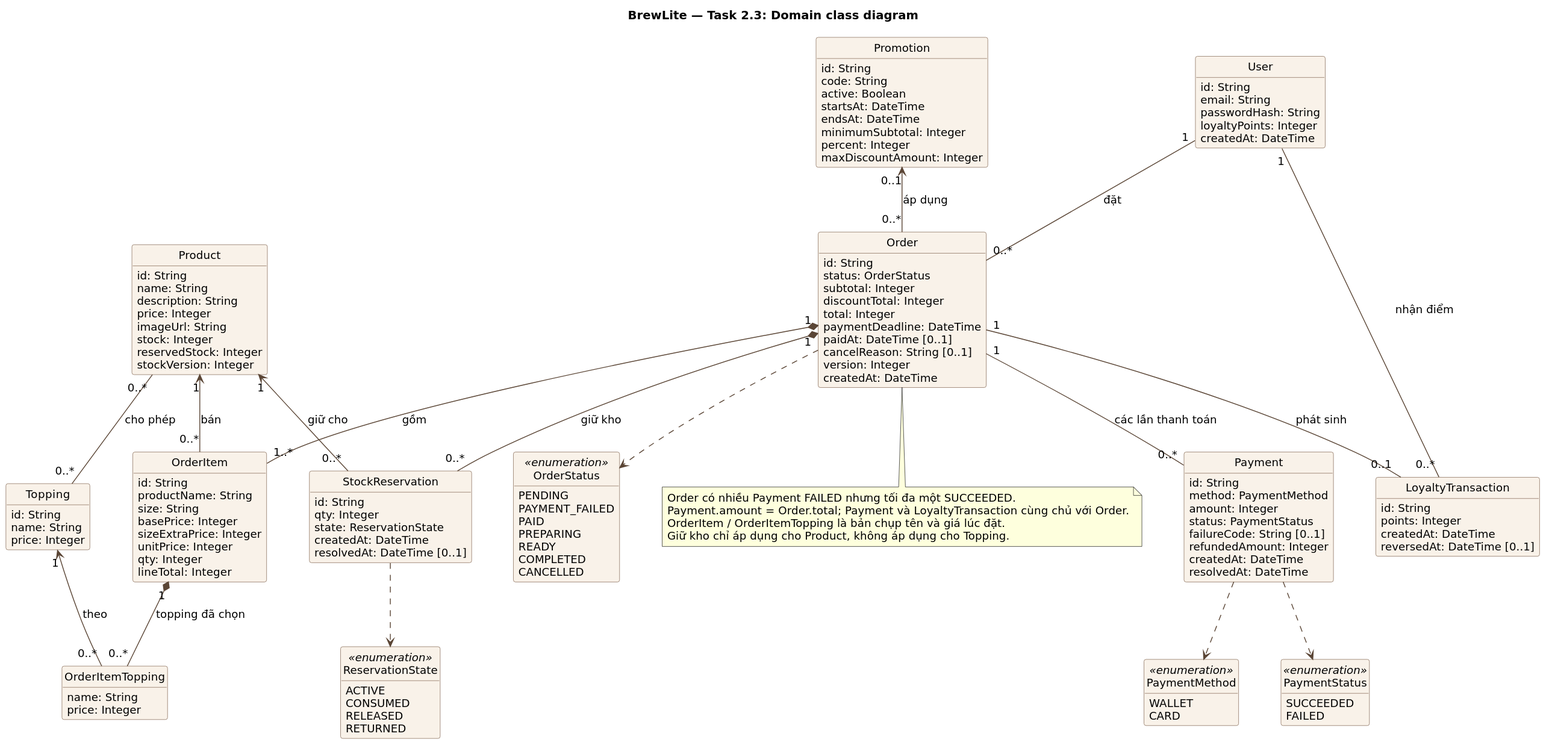
The PlantUML diagram docs/diagrams/class-domain.svg in giabaot400-boop/BrewLite-Assignment2, before a commit.
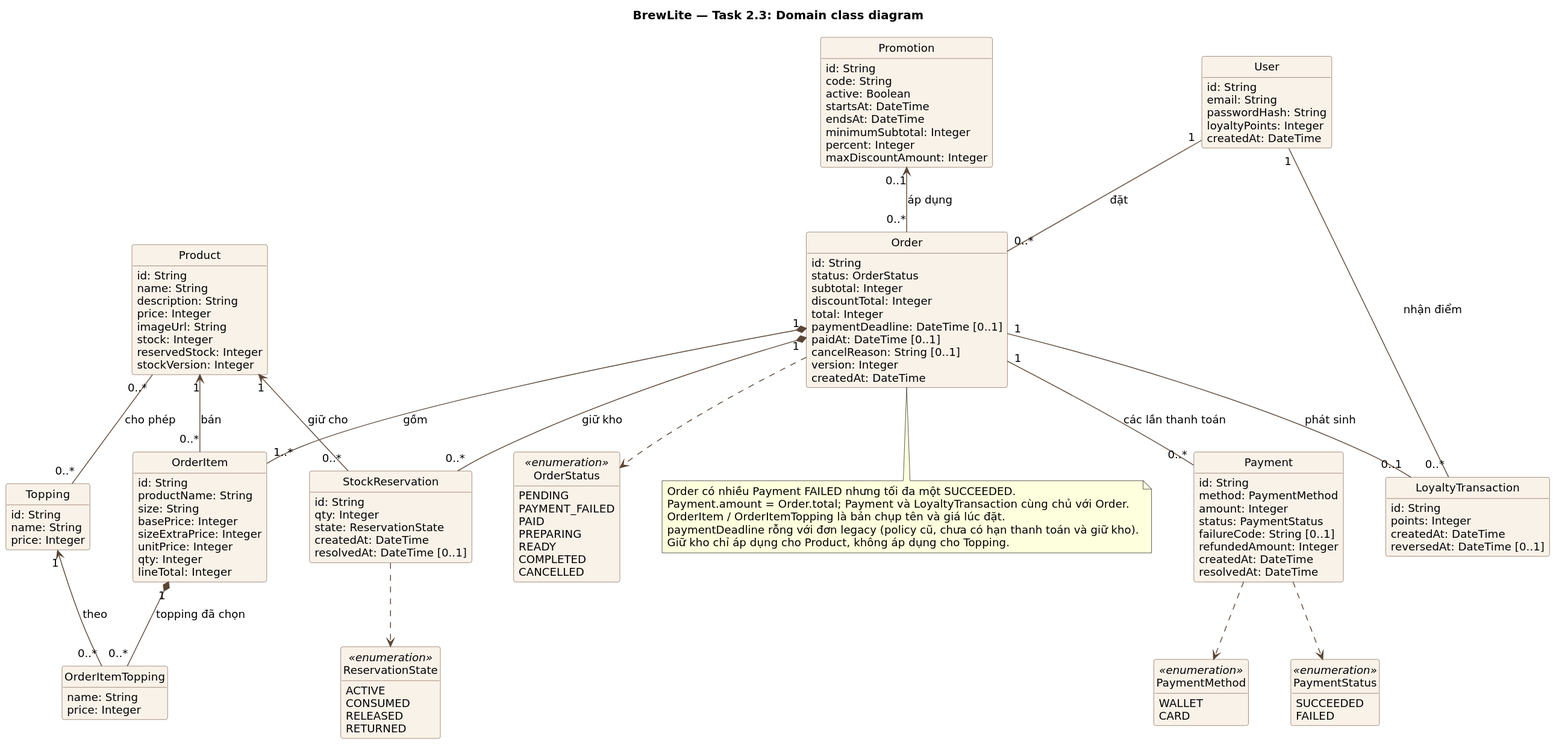
After the change.

What changed in the source:
```diff
@@ -44,7 +44,7 @@
   subtotal: Integer
   discountTotal: Integer
   total: Integer
-  paymentDeadline: DateTime
+  paymentDeadline: DateTime [0..1]
   paidAt: DateTime [0..1]
   cancelReason: String [0..1]
   version: Integer
@@ -153,6 +153,7 @@
   Order có nhiều Payment FAILED nhưng tối đa một SUCCEEDED.
   Payment.amount = Order.total; Payment và LoyaltyTransaction cùng chủ với Order.
   OrderItem / OrderItemTopping là bản chụp tên và giá lúc đặt.
+  paymentDeadline rỗng với đơn legacy (policy cũ, chưa có hạn thanh toán và giữ kho).
   Giữ kho chỉ áp dụng cho Product, không áp dụng cho Topping.
 end note
 @enduml
```
